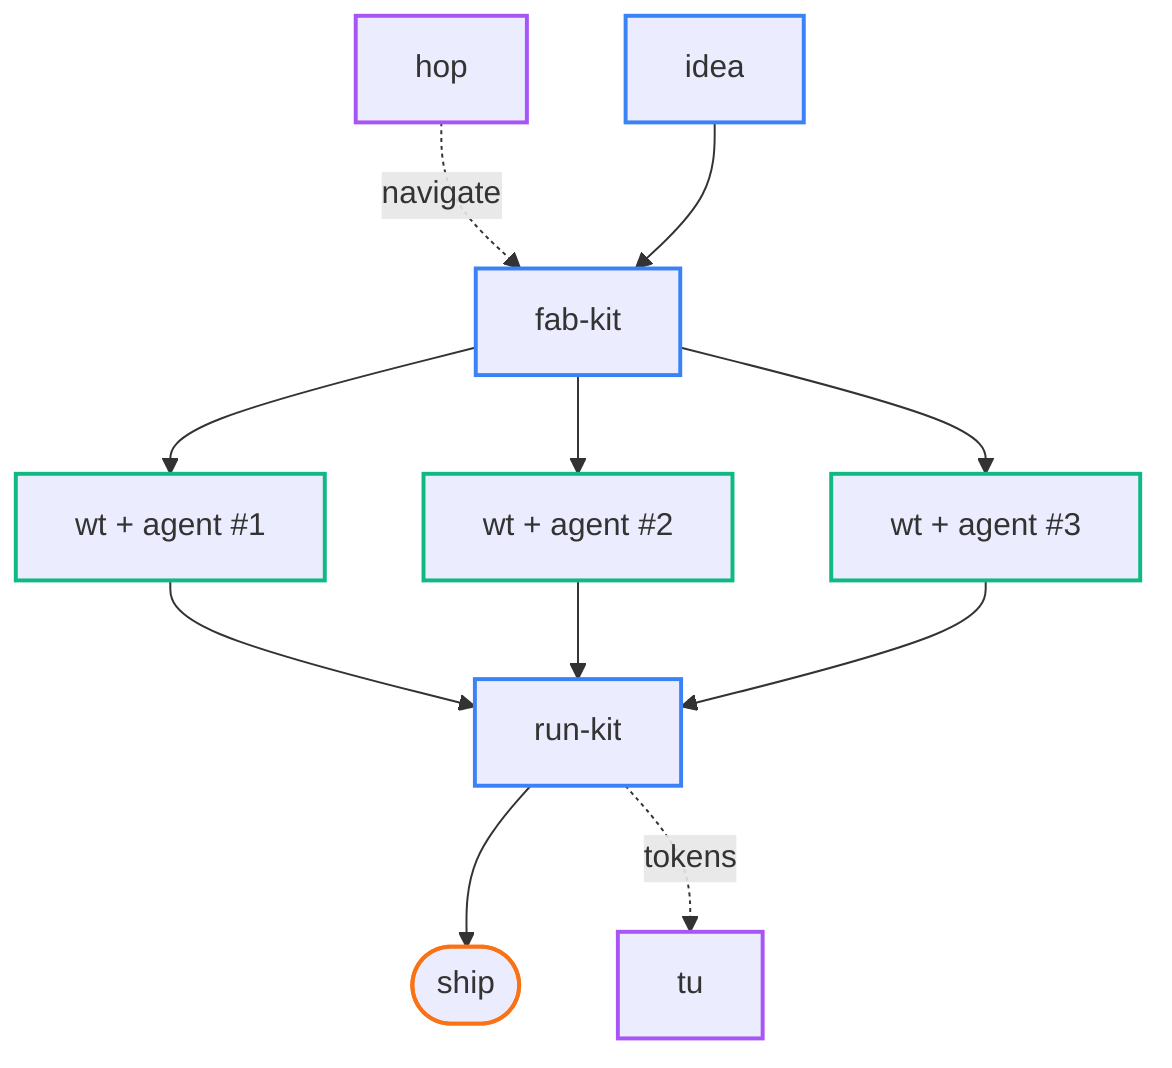
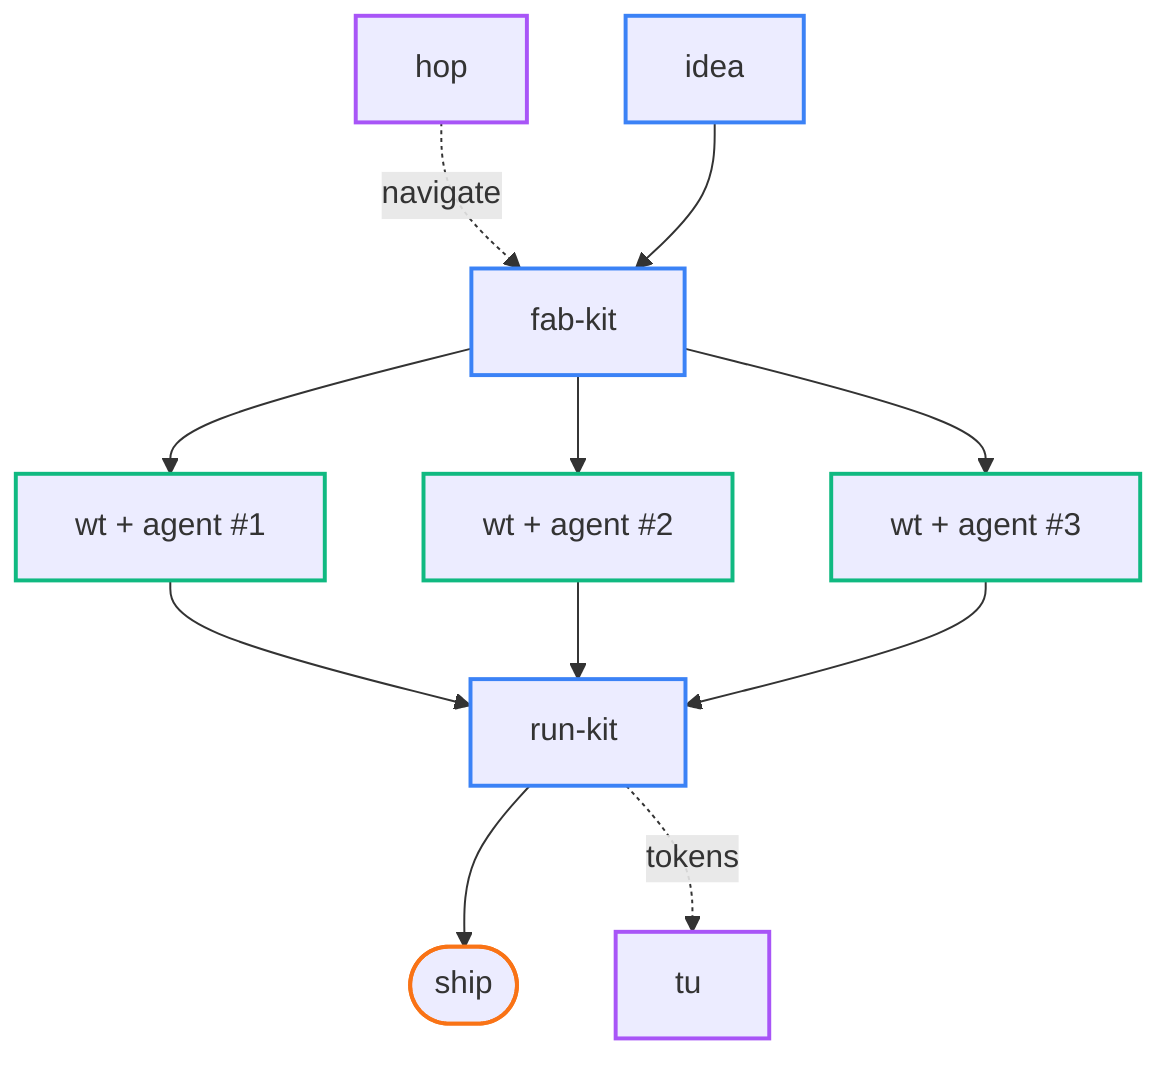
+ %% Some labels include a trailing &nbsp; so the browser-rendered text fits
+ %% inside the rect that mermaid pre-measures in headless Chrome. Without it,
+ %% the "t" in fab-kit/run-kit and the "u" in tu get clipped on the right edge.
flowchart TB
    hop["hop"] -.->|navigate| fab
-     idea["idea"] --> fab["fab-kit"]
+     idea["idea"] --> fab["fab-kit&nbsp;"]
    fab --> w1["wt + agent #1"]
    fab --> w2["wt + agent #2"]
    fab --> w3["wt + agent #3"]
-     w1 --> rk["run-kit"]
+     w1 --> rk["run-kit&nbsp;"]
    w2 --> rk
    w3 --> rk
    rk --> ship(["ship"])
-     rk -.->|tokens| tu["tu"]
+     rk -.->|tokens| tu["tu&nbsp;"]

    classDef tool stroke:#3b82f6,stroke-width:2px;
    classDef agent stroke:#10b981,stroke-width:2px;
    classDef ship stroke:#f97316,stroke-width:2px;
    classDef ambient stroke:#a855f7,stroke-width:2px;
    class idea,fab,rk tool;
    class w1,w2,w3 agent;
    class ship ship;
    class hop,tu ambient;
